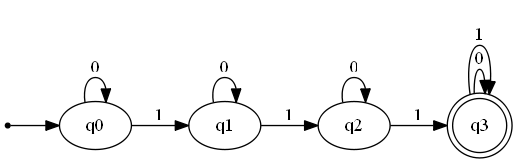
Before: res/Digraph.gv.png, a diagram exported from Graphviz (alexismorison95/PythonJFLAP). Its source is kept beside it as res/Digraph.gv.
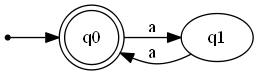
The same file after the commit.

What changed in the source:
```diff
@@ -1,17 +1,9 @@
 digraph {
 	graph [rankdir=LR]
 	ini [shape=point]
-	0 [label=q0]
+	0 [label=q0 shape=doublecircle]
 	ini -> 0
 	1 [label=q1]
-	2 [label=q2]
-	3 [label=q3 shape=doublecircle]
-	1 -> 1 [label=0]
-	2 -> 2 [label=0]
-	0 -> 0 [label=0]
-	3 -> 3 [label=0]
-	3 -> 3 [label=1]
-	0 -> 1 [label=1]
-	1 -> 2 [label=1]
-	2 -> 3 [label=1]
+	0 -> 1 [label=a]
+	1 -> 0 [label=a]
 }
```
